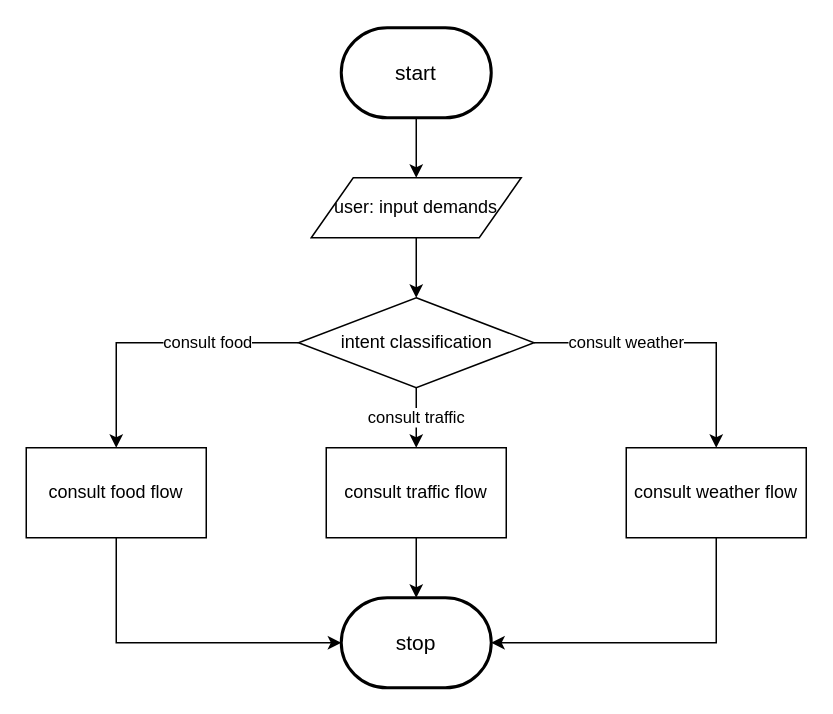
The draw.io diagram flow_diagram/consult_flow.drawio in ricosr/travel_consult_chatbot, before the edit. Source tidied: cells renumbered, new cells numbered last; positions are measured from the earlier drawing's top-left corner, leaving out a move shared by most shapes. Both pictures are drawn from the tidied source at 150%, with x=0, y=0 at pixel (26, 27).
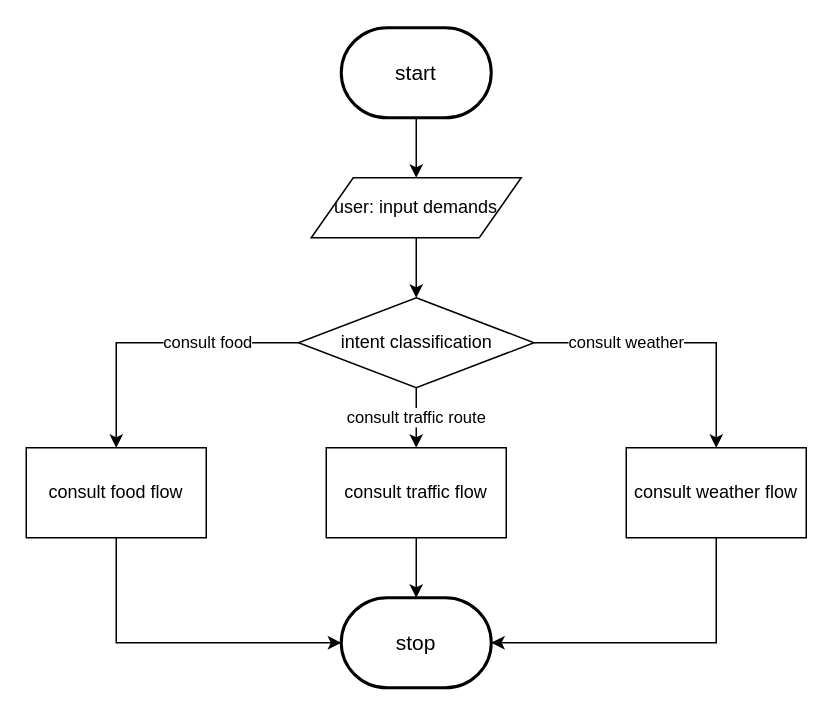
The same page after the edit.

The edit, as a diff of the source:
```diff
@@
 <mxGraphModel>
   <root>
     <mxCell id="0" />
     <mxCell id="1" parent="0" />
     <mxCell id="2" style="edgeStyle=orthogonalEdgeStyle;rounded=0;jettySize=auto;html=1;exitX=0.5;exitY=1;exitDx=0;exitDy=0;exitPerimeter=0;entryX=0.5;entryY=0;entryDx=0;entryDy=0;" parent="1" edge="1" source="3" target="5">
       <mxGeometry relative="1" as="geometry" />
     </mxCell>
     <mxCell id="3" value="&lt;span style=&quot;font-size: 14px&quot;&gt;start&lt;/span&gt;" style="strokeWidth=2;html=1;shape=mxgraph.flowchart.terminator;whiteSpace=wrap;" parent="1" vertex="1">
       <mxGeometry x="210" width="100" height="60" as="geometry" />
     </mxCell>
     <mxCell id="4" style="edgeStyle=orthogonalEdgeStyle;rounded=0;jettySize=auto;html=1;exitX=0.5;exitY=1;exitDx=0;exitDy=0;entryX=0.5;entryY=0;entryDx=0;entryDy=0;" parent="1" edge="1" source="5" target="9">
       <mxGeometry relative="1" as="geometry" />
     </mxCell>
     <mxCell id="5" value="user: input demands" style="shape=parallelogram;perimeter=parallelogramPerimeter;whiteSpace=wrap;html=1;" parent="1" vertex="1">
       <mxGeometry x="190" y="100" width="140" height="40" as="geometry" />
     </mxCell>
-    <mxCell id="6" value="consult traffic" style="edgeStyle=orthogonalEdgeStyle;rounded=0;jettySize=auto;html=1;exitX=0.5;exitY=1;exitDx=0;exitDy=0;" parent="1" edge="1" source="9" target="13">
-      <mxGeometry relative="1" as="geometry" />
+    <mxCell id="6" value="consult traffic route" style="edgeStyle=orthogonalEdgeStyle;rounded=0;jettySize=auto;html=1;exitX=0.5;exitY=1;exitDx=0;exitDy=0;" parent="1" edge="1" source="9" target="13">
+      <mxGeometry x="0.01" relative="1" as="geometry" />
     </mxCell>
     <mxCell id="7" value="consult food" style="edgeStyle=orthogonalEdgeStyle;rounded=0;jettySize=auto;html=1;exitX=0;exitY=0.5;exitDx=0;exitDy=0;entryX=0.5;entryY=0;entryDx=0;entryDy=0;" parent="1" edge="1" source="9" target="11">
       <mxGeometry x="-0.36" relative="1" as="geometry" />
     </mxCell>
     <mxCell id="8" value="consult weather" style="edgeStyle=orthogonalEdgeStyle;rounded=0;jettySize=auto;html=1;exitX=1;exitY=0.5;exitDx=0;exitDy=0;entryX=0.5;entryY=0;entryDx=0;entryDy=0;" parent="1" edge="1" source="9" target="15">
       <mxGeometry x="-0.36" relative="1" as="geometry" />
     </mxCell>
     <mxCell id="9" value="intent classification" style="rhombus;whiteSpace=wrap;html=1;" parent="1" vertex="1">
       <mxGeometry x="181.5" y="180" width="157" height="60" as="geometry" />
     </mxCell>
     <mxCell id="10" style="edgeStyle=orthogonalEdgeStyle;rounded=0;jettySize=auto;html=1;exitX=0.5;exitY=1;exitDx=0;exitDy=0;entryX=0;entryY=0.5;entryDx=0;entryDy=0;entryPerimeter=0;" parent="1" edge="1" source="11" target="16">
       <mxGeometry relative="1" as="geometry" />
     </mxCell>
     <mxCell id="11" value="consult food flow" style="rounded=0;whiteSpace=wrap;html=1;" parent="1" vertex="1">
       <mxGeometry y="280" width="120" height="60" as="geometry" />
     </mxCell>
     <mxCell id="12" style="edgeStyle=orthogonalEdgeStyle;rounded=0;jettySize=auto;html=1;exitX=0.5;exitY=1;exitDx=0;exitDy=0;entryX=0.5;entryY=0;entryDx=0;entryDy=0;entryPerimeter=0;" parent="1" edge="1" source="13" target="16">
       <mxGeometry relative="1" as="geometry" />
     </mxCell>
     <mxCell id="13" value="consult traffic flow" style="rounded=0;whiteSpace=wrap;html=1;" parent="1" vertex="1">
       <mxGeometry x="200" y="280" width="120" height="60" as="geometry" />
     </mxCell>
     <mxCell id="14" style="edgeStyle=orthogonalEdgeStyle;rounded=0;jettySize=auto;html=1;exitX=0.5;exitY=1;exitDx=0;exitDy=0;entryX=1;entryY=0.5;entryDx=0;entryDy=0;entryPerimeter=0;" parent="1" edge="1" source="15" target="16">
       <mxGeometry relative="1" as="geometry" />
     </mxCell>
     <mxCell id="15" value="consult weather flow" style="rounded=0;whiteSpace=wrap;html=1;" parent="1" vertex="1">
       <mxGeometry x="400" y="280" width="120" height="60" as="geometry" />
     </mxCell>
     <mxCell id="16" value="&lt;span style=&quot;font-size: 14px&quot;&gt;stop&lt;/span&gt;" style="strokeWidth=2;html=1;shape=mxgraph.flowchart.terminator;whiteSpace=wrap;" parent="1" vertex="1">
       <mxGeometry x="210" y="380" width="100" height="60" as="geometry" />
     </mxCell>
   </root>
 </mxGraphModel>
```
